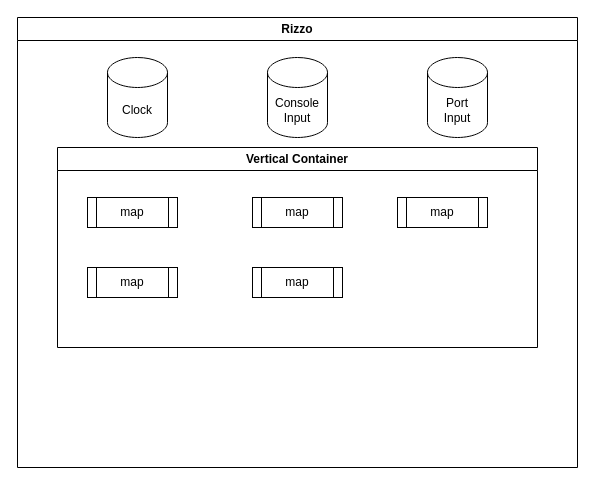
itu-msc/Research-Project keeps this draw.io diagram as pdf/appendix/RizzoFlow.drawio. Above is the earlier version. Source tidied: cells renumbered, new cells numbered last; positions are measured from the earlier drawing's top-left corner, leaving out a move shared by most shapes. Both pictures are drawn from the tidied source at 100%, with x=0, y=0 at pixel (17, 17).
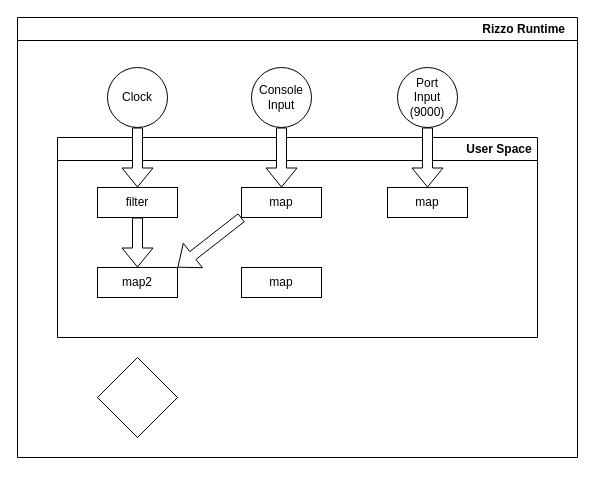
The same diagram, later.

What changed in the source:
```diff
@@
 <mxGraphModel>
   <root>
     <mxCell id="0" />
     <mxCell id="1" parent="0" />
-    <mxCell id="2" value="Rizzo" style="swimlane;whiteSpace=wrap;html=1;" parent="1" vertex="1">
-      <mxGeometry width="560" height="450" as="geometry" />
+    <mxCell id="2" value="&lt;div style=&quot;&quot;&gt;&lt;span style=&quot;background-color: transparent; color: light-dark(rgb(0, 0, 0), rgb(255, 255, 255));&quot;&gt;Rizzo&amp;nbsp;&lt;/span&gt;&lt;span style=&quot;background-color: transparent; color: light-dark(rgb(0, 0, 0), rgb(255, 255, 255));&quot;&gt;Runtime&amp;nbsp; &amp;nbsp;&lt;/span&gt;&lt;/div&gt;" style="swimlane;whiteSpace=wrap;html=1;align=right;" parent="1" vertex="1">
+      <mxGeometry width="560" height="440" as="geometry" />
     </mxCell>
-    <mxCell id="3" value="Vertical Container" style="swimlane;whiteSpace=wrap;html=1;" parent="2" vertex="1">
-      <mxGeometry x="40" y="130" width="480" height="200" as="geometry" />
+    <mxCell id="3" value="&lt;div style=&quot;&quot;&gt;User Space&amp;nbsp;&lt;/div&gt;" style="swimlane;whiteSpace=wrap;html=1;align=right;" parent="2" vertex="1">
+      <mxGeometry x="40" y="120" width="480" height="200" as="geometry" />
     </mxCell>
-    <mxCell id="4" value="map" style="shape=process;whiteSpace=wrap;html=1;backgroundOutline=1;" parent="3" vertex="1">
-      <mxGeometry x="30" y="50" width="90" height="30" as="geometry" />
+    <mxCell id="4" value="filter" style="shape=label;whiteSpace=wrap;html=1;backgroundOutline=1;rounded=0;" parent="3" vertex="1">
+      <mxGeometry x="40" y="50" width="80" height="30" as="geometry" />
     </mxCell>
-    <mxCell id="5" value="map" style="shape=process;whiteSpace=wrap;html=1;backgroundOutline=1;" parent="3" vertex="1">
-      <mxGeometry x="340" y="50" width="90" height="30" as="geometry" />
+    <mxCell id="5" value="map" style="shape=label;whiteSpace=wrap;html=1;backgroundOutline=1;rounded=0;" parent="3" vertex="1">
+      <mxGeometry x="330" y="50" width="80" height="30" as="geometry" />
     </mxCell>
-    <mxCell id="6" value="map" style="shape=process;whiteSpace=wrap;html=1;backgroundOutline=1;" parent="3" vertex="1">
-      <mxGeometry x="195" y="50" width="90" height="30" as="geometry" />
+    <mxCell id="6" value="map" style="shape=label;whiteSpace=wrap;html=1;backgroundOutline=1;rounded=0;" parent="3" vertex="1">
+      <mxGeometry x="184" y="50" width="80" height="30" as="geometry" />
     </mxCell>
-    <mxCell id="7" value="map" style="shape=process;whiteSpace=wrap;html=1;backgroundOutline=1;" parent="3" vertex="1">
-      <mxGeometry x="195" y="120" width="90" height="30" as="geometry" />
+    <mxCell id="7" value="map" style="shape=label;whiteSpace=wrap;html=1;backgroundOutline=1;rounded=0;" parent="3" vertex="1">
+      <mxGeometry x="184" y="130" width="80" height="30" as="geometry" />
     </mxCell>
-    <mxCell id="8" value="map" style="shape=process;whiteSpace=wrap;html=1;backgroundOutline=1;" parent="3" vertex="1">
-      <mxGeometry x="30" y="120" width="90" height="30" as="geometry" />
+    <mxCell id="8" value="map2" style="shape=label;whiteSpace=wrap;html=1;backgroundOutline=1;rounded=0;" parent="3" vertex="1">
+      <mxGeometry x="40" y="130" width="80" height="30" as="geometry" />
     </mxCell>
+    <mxCell id="12" style="shape=flexArrow;endArrow=classic;html=1;rounded=0;exitX=0.5;exitY=1;exitDx=0;exitDy=0;entryX=0.5;entryY=0;entryDx=0;entryDy=0;fillColor=default;" parent="3" edge="1" source="4" target="8">
+      <mxGeometry relative="1" as="geometry" />
+    </mxCell>
+    <mxCell id="13" style="shape=flexArrow;endArrow=classic;html=1;rounded=0;exitX=0;exitY=1;exitDx=0;exitDy=0;entryX=1;entryY=0;entryDx=0;entryDy=0;fillColor=default;" parent="3" edge="1" source="6" target="8">
+      <mxGeometry relative="1" as="geometry" />
+    </mxCell>
-    <mxCell id="9" value="Clock" style="shape=cylinder3;whiteSpace=wrap;html=1;boundedLbl=1;backgroundOutline=1;size=15;" parent="2" vertex="1">
-      <mxGeometry x="90" y="40" width="60" height="80" as="geometry" />
+    <mxCell id="9" value="Clock" style="shape=ellipse;whiteSpace=wrap;html=1;boundedLbl=1;backgroundOutline=1;size=15;perimeter=ellipsePerimeter;" parent="2" vertex="1">
+      <mxGeometry x="90" y="50" width="60" height="60" as="geometry" />
     </mxCell>
-    <mxCell id="10" value="Port&lt;div&gt;Input&lt;/div&gt;" style="shape=cylinder3;whiteSpace=wrap;html=1;boundedLbl=1;backgroundOutline=1;size=15;" parent="2" vertex="1">
-      <mxGeometry x="410" y="40" width="60" height="80" as="geometry" />
+    <mxCell id="10" value="Port&lt;div&gt;Input&lt;/div&gt;&lt;div&gt;(9000&lt;span style=&quot;background-color: transparent; color: light-dark(rgb(0, 0, 0), rgb(255, 255, 255));&quot;&gt;)&lt;/span&gt;&lt;/div&gt;" style="shape=ellipse;whiteSpace=wrap;html=1;boundedLbl=1;backgroundOutline=1;size=15;perimeter=ellipsePerimeter;" parent="2" vertex="1">
+      <mxGeometry x="380" y="50" width="60" height="60" as="geometry" />
     </mxCell>
-    <mxCell id="11" value="Console&lt;div&gt;Input&lt;/div&gt;" style="shape=cylinder3;whiteSpace=wrap;html=1;boundedLbl=1;backgroundOutline=1;size=15;" parent="2" vertex="1">
-      <mxGeometry x="250" y="40" width="60" height="80" as="geometry" />
+    <mxCell id="11" value="Console&lt;div&gt;Input&lt;/div&gt;" style="shape=ellipse;whiteSpace=wrap;html=1;boundedLbl=1;backgroundOutline=1;size=15;perimeter=ellipsePerimeter;" parent="2" vertex="1">
+      <mxGeometry x="234" y="50" width="60" height="60" as="geometry" />
     </mxCell>
+    <mxCell id="14" style="shape=flexArrow;endArrow=classic;html=1;rounded=0;exitX=0.5;exitY=1;exitDx=0;exitDy=0;exitPerimeter=0;entryX=0.5;entryY=0;entryDx=0;entryDy=0;fillColor=default;" parent="2" edge="1" source="9" target="4">
+      <mxGeometry relative="1" as="geometry" />
+    </mxCell>
+    <mxCell id="15" style="shape=flexArrow;endArrow=classic;html=1;rounded=0;exitX=0.5;exitY=1;exitDx=0;exitDy=0;exitPerimeter=0;entryX=0.5;entryY=0;entryDx=0;entryDy=0;fillColor=default;" parent="2" edge="1" source="11" target="6">
+      <mxGeometry relative="1" as="geometry" />
+    </mxCell>
+    <mxCell id="16" style="shape=flexArrow;endArrow=classic;html=1;rounded=0;exitX=0.5;exitY=1;exitDx=0;exitDy=0;exitPerimeter=0;fillColor=default;entryX=0.5;entryY=0;entryDx=0;entryDy=0;" parent="2" edge="1" source="10" target="5">
+      <mxGeometry relative="1" as="geometry" />
+    </mxCell>
+    <mxCell id="17" style="rhombus;whiteSpace=wrap;html=1;" parent="2" vertex="1">
+      <mxGeometry x="80" y="340" width="80" height="80" as="geometry" />
+    </mxCell>
   </root>
 </mxGraphModel>
```
